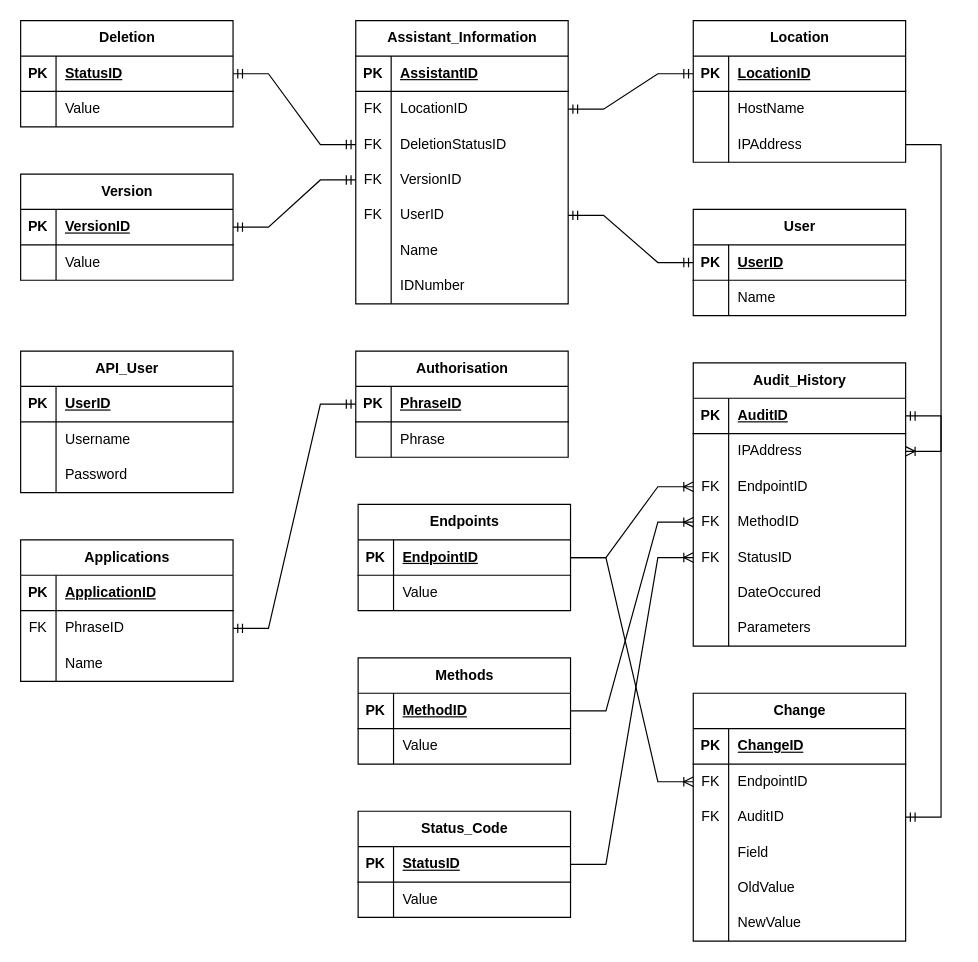
Above: Database ERD.drawio in LegendarySpork9/Hunter-Industries-API (draw.io), before the change. Source tidied: cells renumbered, new cells numbered last; positions are measured from the earlier drawing's top-left corner, leaving out a move shared by most shapes. Both pictures are drawn from the tidied source at 118%, with x=0, y=0 at pixel (20, 20).
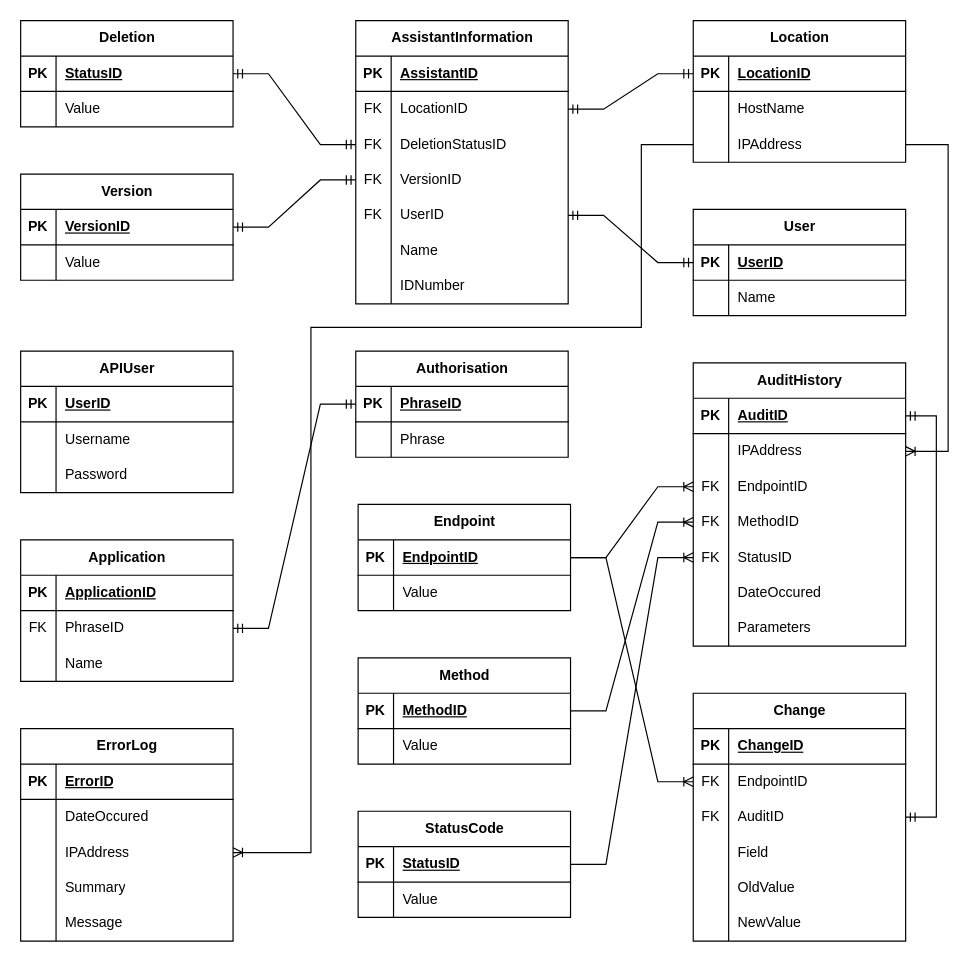
After the change.

Unchanged cells that the change refers to:
```xml
<mxCell id="38" style="shape=tableRow;horizontal=0;startSize=0;swimlaneHead=0;swimlaneBody=0;fillColor=none;points=[[0,0.5],[1,0.5]];portConstraint=eastwest;top=0;left=0;right=0;bottom=0;" parent="31" vertex="1">
  <mxGeometry y="90" width="180" height="30" as="geometry" />
</mxCell>
<mxCell id="67" style="shape=tableRow;horizontal=0;startSize=0;swimlaneHead=0;swimlaneBody=0;fillColor=none;points=[[0,0.5],[1,0.5]];portConstraint=eastwest;top=0;left=0;right=0;bottom=1;" parent="66" vertex="1">
  <mxGeometry y="30" width="180" height="30" as="geometry" />
</mxCell>
<mxCell id="70" style="shape=tableRow;horizontal=0;startSize=0;swimlaneHead=0;swimlaneBody=0;fillColor=none;points=[[0,0.5],[1,0.5]];portConstraint=eastwest;top=0;left=0;right=0;bottom=0;" parent="66" vertex="1">
  <mxGeometry y="60" width="180" height="30" as="geometry" />
</mxCell>
<mxCell id="115" value="Change" style="shape=table;startSize=30;childLayout=tableLayout;rowLines=0;fontStyle=1;align=center;html=1;" parent="1" vertex="1">
  <mxGeometry x="570" y="570" width="180" height="210" as="geometry" />
</mxCell>
```

What changed in the source:
```diff
@@
-    <mxCell id="9" value="Assistant_Information" style="shape=table;startSize=30;childLayout=tableLayout;rowLines=0;fontStyle=1;align=center;html=1;" parent="1" vertex="1">
+    <mxCell id="9" value="AssistantInformation" style="shape=table;startSize=30;childLayout=tableLayout;rowLines=0;fontStyle=1;align=center;html=1;" parent="1" vertex="1">
       <mxGeometry x="284" width="180" height="240" as="geometry" />
     </mxCell>
@@
-    <mxCell id="66" value="Audit_History" style="shape=table;startSize=30;childLayout=tableLayout;rowLines=0;fontStyle=1;align=center;html=1;" parent="1" vertex="1">
+    <mxCell id="66" value="AuditHistory" style="shape=table;startSize=30;childLayout=tableLayout;rowLines=0;fontStyle=1;align=center;html=1;" parent="1" vertex="1">
       <mxGeometry x="570" y="290" width="180" height="240" as="geometry" />
     </mxCell>
@@
-    <mxCell id="88" style="edgeStyle=entityRelationEdgeStyle;fontSize=12;html=1;endArrow=ERoneToMany;rounded=0;exitX=1;exitY=0.5;exitDx=0;exitDy=0;entryX=1;entryY=0.5;entryDx=0;entryDy=0;" parent="1" edge="1" target="70">
+    <mxCell id="88" style="edgeStyle=orthogonalEdgeStyle;fontSize=12;html=1;endArrow=ERoneToMany;rounded=0;exitX=1;exitY=0.5;exitDx=0;exitDy=0;entryX=1;entryY=0.5;entryDx=0;entryDy=0;" parent="1" edge="1" target="70">
       <mxGeometry relative="1" as="geometry">
         <mxPoint x="750" y="105" as="sourcePoint" />
+        <Array as="points">
+          <mxPoint x="786" y="105" />
+          <mxPoint x="786" y="365" />
+        </Array>
       </mxGeometry>
     </mxCell>
-    <mxCell id="89" value="Endpoints" style="shape=table;startSize=30;childLayout=tableLayout;rowLines=0;fontStyle=1;align=center;html=1;" parent="1" vertex="1">
+    <mxCell id="89" value="Endpoint" style="shape=table;startSize=30;childLayout=tableLayout;rowLines=0;fontStyle=1;align=center;html=1;" parent="1" vertex="1">
       <mxGeometry x="286" y="410" width="180" height="90" as="geometry" />
     </mxCell>
@@
-    <mxCell id="97" value="Methods" style="shape=table;startSize=30;childLayout=tableLayout;rowLines=0;fontStyle=1;align=center;html=1;" parent="1" vertex="1">
+    <mxCell id="97" value="Method" style="shape=table;startSize=30;childLayout=tableLayout;rowLines=0;fontStyle=1;align=center;html=1;" parent="1" vertex="1">
       <mxGeometry x="286" y="540" width="180" height="90" as="geometry" />
     </mxCell>
@@
-    <mxCell id="105" value="API_User" style="shape=table;startSize=30;childLayout=tableLayout;rowLines=0;fontStyle=1;align=center;html=1;" parent="1" vertex="1">
+    <mxCell id="105" value="APIUser" style="shape=table;startSize=30;childLayout=tableLayout;rowLines=0;fontStyle=1;align=center;html=1;" parent="1" vertex="1">
       <mxGeometry y="280" width="180" height="120" as="geometry" />
     </mxCell>
@@
-    <mxCell id="135" value="Applications" style="shape=table;startSize=30;childLayout=tableLayout;rowLines=0;fontStyle=1;align=center;html=1;" parent="1" vertex="1">
+    <mxCell id="135" value="Application" style="shape=table;startSize=30;childLayout=tableLayout;rowLines=0;fontStyle=1;align=center;html=1;" parent="1" vertex="1">
       <mxGeometry y="440" width="180" height="120" as="geometry" />
     </mxCell>
@@
-    <mxCell id="146" value="Status_Code" style="shape=table;startSize=30;childLayout=tableLayout;rowLines=0;fontStyle=1;align=center;html=1;" parent="1" vertex="1">
+    <mxCell id="146" value="StatusCode" style="shape=table;startSize=30;childLayout=tableLayout;rowLines=0;fontStyle=1;align=center;html=1;" parent="1" vertex="1">
       <mxGeometry x="286" y="670" width="180" height="90" as="geometry" />
     </mxCell>
@@
-    <mxCell id="154" style="edgeStyle=entityRelationEdgeStyle;fontSize=12;html=1;endArrow=ERmandOne;startArrow=ERmandOne;rounded=0;entryX=1;entryY=0.5;entryDx=0;entryDy=0;exitX=1;exitY=0.5;exitDx=0;exitDy=0;" parent="1" edge="1" source="115" target="67">
+    <mxCell id="154" style="edgeStyle=orthogonalEdgeStyle;fontSize=12;html=1;endArrow=ERmandOne;startArrow=ERmandOne;rounded=0;entryX=1;entryY=0.5;entryDx=0;entryDy=0;exitX=1;exitY=0.5;exitDx=0;exitDy=0;" parent="1" edge="1" source="115" target="67">
       <mxGeometry relative="1" as="geometry">
         <Array as="points">
-          <mxPoint x="786" y="530" />
+          <mxPoint x="776" y="675" />
+          <mxPoint x="776" y="335" />
         </Array>
       </mxGeometry>
     </mxCell>
+    <mxCell id="155" value="ErrorLog" style="shape=table;startSize=30;childLayout=tableLayout;rowLines=0;fontStyle=1;align=center;html=1;" parent="1" vertex="1">
+      <mxGeometry y="600" width="180" height="180" as="geometry" />
+    </mxCell>
+    <mxCell id="156" style="shape=tableRow;horizontal=0;startSize=0;swimlaneHead=0;swimlaneBody=0;fillColor=none;top=0;left=0;right=0;bottom=1;" parent="155" vertex="1">
+      <mxGeometry y="30" width="180" height="30" as="geometry" />
+    </mxCell>
+    <mxCell id="157" value="PK" style="shape=partialRectangle;fillColor=none;top=0;left=0;bottom=0;right=0;fontStyle=1;overflow=hidden;whiteSpace=wrap;html=1;" parent="156" vertex="1">
+      <mxGeometry width="30" height="30" as="geometry" />
+    </mxCell>
+    <mxCell id="158" value="ErrorID" style="shape=partialRectangle;fillColor=none;top=0;left=0;bottom=0;right=0;align=left;spacingLeft=6;fontStyle=5;overflow=hidden;whiteSpace=wrap;html=1;" parent="156" vertex="1">
+      <mxGeometry x="30" width="150" height="30" as="geometry" />
+    </mxCell>
+    <mxCell id="159" style="shape=tableRow;horizontal=0;startSize=0;swimlaneHead=0;swimlaneBody=0;fillColor=none;top=0;left=0;right=0;bottom=0;" parent="155" vertex="1">
+      <mxGeometry y="60" width="180" height="30" as="geometry" />
+    </mxCell>
+    <mxCell id="160" style="shape=partialRectangle;fillColor=none;top=0;left=0;bottom=0;right=0;overflow=hidden;whiteSpace=wrap;html=1;" parent="159" vertex="1">
+      <mxGeometry width="30" height="30" as="geometry" />
+    </mxCell>
+    <mxCell id="161" value="DateOccured" style="shape=partialRectangle;fillColor=none;top=0;left=0;bottom=0;right=0;align=left;spacingLeft=6;overflow=hidden;whiteSpace=wrap;html=1;" parent="159" vertex="1">
+      <mxGeometry x="30" width="150" height="30" as="geometry" />
+    </mxCell>
+    <mxCell id="162" style="shape=tableRow;horizontal=0;startSize=0;swimlaneHead=0;swimlaneBody=0;fillColor=none;points=[[0,0.5],[1,0.5]];portConstraint=eastwest;top=0;left=0;right=0;bottom=0;" parent="155" vertex="1">
+      <mxGeometry y="90" width="180" height="30" as="geometry" />
+    </mxCell>
+    <mxCell id="163" style="shape=partialRectangle;fillColor=none;top=0;left=0;bottom=0;right=0;overflow=hidden;whiteSpace=wrap;html=1;" parent="162" vertex="1">
+      <mxGeometry width="30" height="30" as="geometry" />
+    </mxCell>
+    <mxCell id="164" value="IPAddress" style="shape=partialRectangle;fillColor=none;top=0;left=0;bottom=0;right=0;align=left;spacingLeft=6;overflow=hidden;whiteSpace=wrap;html=1;" parent="162" vertex="1">
+      <mxGeometry x="30" width="150" height="30" as="geometry" />
+    </mxCell>
+    <mxCell id="165" style="shape=tableRow;horizontal=0;startSize=0;swimlaneHead=0;swimlaneBody=0;fillColor=none;top=0;left=0;right=0;bottom=0;" parent="155" vertex="1">
+      <mxGeometry y="120" width="180" height="30" as="geometry" />
+    </mxCell>
+    <mxCell id="166" style="shape=partialRectangle;fillColor=none;top=0;left=0;bottom=0;right=0;overflow=hidden;whiteSpace=wrap;html=1;" parent="165" vertex="1">
+      <mxGeometry width="30" height="30" as="geometry" />
+    </mxCell>
+    <mxCell id="167" value="Summary" style="shape=partialRectangle;fillColor=none;top=0;left=0;bottom=0;right=0;align=left;spacingLeft=6;overflow=hidden;whiteSpace=wrap;html=1;" parent="165" vertex="1">
+      <mxGeometry x="30" width="150" height="30" as="geometry" />
+    </mxCell>
+    <mxCell id="168" style="shape=tableRow;horizontal=0;startSize=0;swimlaneHead=0;swimlaneBody=0;fillColor=none;top=0;left=0;right=0;bottom=0;" parent="155" vertex="1">
+      <mxGeometry y="150" width="180" height="30" as="geometry" />
+    </mxCell>
+    <mxCell id="169" style="shape=partialRectangle;fillColor=none;top=0;left=0;bottom=0;right=0;overflow=hidden;whiteSpace=wrap;html=1;" parent="168" vertex="1">
+      <mxGeometry width="30" height="30" as="geometry" />
+    </mxCell>
+    <mxCell id="170" value="Message" style="shape=partialRectangle;fillColor=none;top=0;left=0;bottom=0;right=0;align=left;spacingLeft=6;overflow=hidden;whiteSpace=wrap;html=1;" parent="168" vertex="1">
+      <mxGeometry x="30" width="150" height="30" as="geometry" />
+    </mxCell>
+    <mxCell id="171" style="edgeStyle=orthogonalEdgeStyle;fontSize=12;html=1;endArrow=ERoneToMany;rounded=0;entryX=1;entryY=0.5;entryDx=0;entryDy=0;exitX=0;exitY=0.5;exitDx=0;exitDy=0;" parent="1" edge="1" source="38" target="162">
+      <mxGeometry relative="1" as="geometry">
+        <Array as="points">
+          <mxPoint x="526" y="105" />
+          <mxPoint x="526" y="260" />
+          <mxPoint x="246" y="260" />
+          <mxPoint x="246" y="705" />
+        </Array>
+      </mxGeometry>
+    </mxCell>
```
